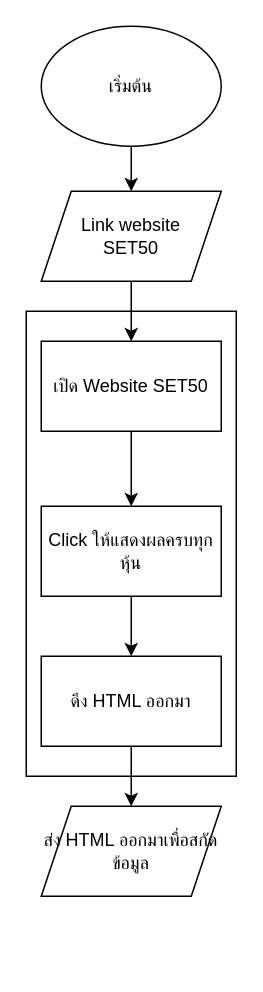
Earlier version of the draw.io diagram ThaiStock01.drawio (PrasertLoprasert/ThaiStock). Source tidied: cells renumbered, new cells numbered last; positions are measured from the earlier drawing's top-left corner, leaving out a move shared by most shapes. Both pictures are drawn from the tidied source at 150%, with x=0, y=0 at pixel (26, 26).
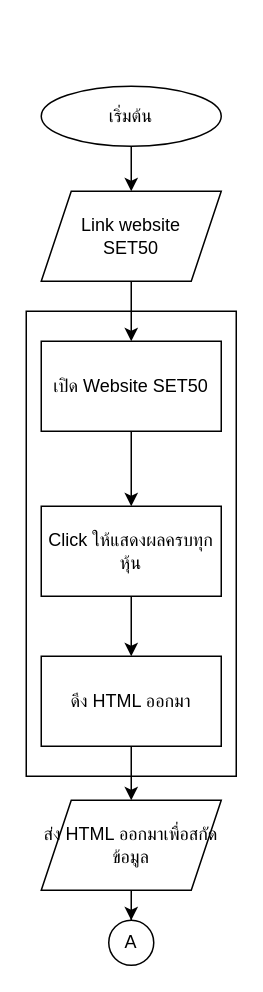
The same diagram, later.

Diff of the diagram source:
```diff
@@
 <mxGraphModel>
   <root>
     <mxCell id="0" />
     <mxCell id="1" parent="0" />
     <mxCell id="2" style="rounded=0;whiteSpace=wrap;html=1;" parent="1" vertex="1">
       <mxGeometry y="190" width="140" height="310" as="geometry" />
     </mxCell>
     <mxCell id="3" style="edgeStyle=orthogonalEdgeStyle;rounded=0;jettySize=auto;html=1;exitX=0.5;exitY=1;exitDx=0;exitDy=0;" parent="1" edge="1" source="4" target="8">
       <mxGeometry relative="1" as="geometry" />
     </mxCell>
     <mxCell id="4" value="เริ่มต้น" style="ellipse;whiteSpace=wrap;html=1;" parent="1" vertex="1">
-      <mxGeometry x="10" width="120" height="80" as="geometry" />
+      <mxGeometry x="10" y="40" width="120" height="40" as="geometry" />
     </mxCell>
     <mxCell id="5" style="edgeStyle=orthogonalEdgeStyle;rounded=0;jettySize=auto;html=1;" parent="1" edge="1" source="6" target="10">
       <mxGeometry relative="1" as="geometry" />
     </mxCell>
     <mxCell id="6" value="เปิด Website SET50" style="rounded=0;whiteSpace=wrap;html=1;" parent="1" vertex="1">
       <mxGeometry x="10" y="210" width="120" height="60" as="geometry" />
     </mxCell>
     <mxCell id="7" style="edgeStyle=orthogonalEdgeStyle;rounded=0;jettySize=auto;html=1;" parent="1" edge="1" source="8" target="6">
       <mxGeometry relative="1" as="geometry" />
     </mxCell>
     <mxCell id="8" value="Link website &lt;br&gt;SET50" style="shape=parallelogram;perimeter=parallelogramPerimeter;whiteSpace=wrap;html=1;fixedSize=1;" parent="1" vertex="1">
       <mxGeometry x="10" y="110" width="120" height="60" as="geometry" />
     </mxCell>
     <mxCell id="9" style="edgeStyle=orthogonalEdgeStyle;rounded=0;jettySize=auto;html=1;" parent="1" edge="1" source="10" target="12">
       <mxGeometry relative="1" as="geometry" />
     </mxCell>
     <mxCell id="10" value="Click ให้แสดงผลครบทุกหุ้น" style="whiteSpace=wrap;html=1;rounded=0;" parent="1" vertex="1">
       <mxGeometry x="10" y="320" width="120" height="60" as="geometry" />
     </mxCell>
-    <mxCell id="11" style="edgeStyle=orthogonalEdgeStyle;rounded=0;jettySize=auto;html=1;" parent="1" edge="1" source="12" target="13">
+    <mxCell id="11" style="edgeStyle=orthogonalEdgeStyle;rounded=0;jettySize=auto;html=1;entryX=0.5;entryY=0;entryDx=0;entryDy=0;" parent="1" edge="1" source="12" target="13">
       <mxGeometry relative="1" as="geometry" />
     </mxCell>
     <mxCell id="12" value="ดึง HTML ออกมา" style="whiteSpace=wrap;html=1;rounded=0;" parent="1" vertex="1">
       <mxGeometry x="10" y="420" width="120" height="60" as="geometry" />
     </mxCell>
+    <mxCell id="14" style="edgeStyle=orthogonalEdgeStyle;rounded=0;jettySize=auto;html=1;" parent="1" edge="1" source="13" target="15">
+      <mxGeometry relative="1" as="geometry" />
+    </mxCell>
     <mxCell id="13" value="ส่ง HTML ออกมาเพื่อสกัดข้อมูล" style="shape=parallelogram;perimeter=parallelogramPerimeter;whiteSpace=wrap;html=1;fixedSize=1;rounded=0;" parent="1" vertex="1">
-      <mxGeometry x="10" y="520" width="120" height="60" as="geometry" />
+      <mxGeometry x="10" y="516" width="120" height="60" as="geometry" />
     </mxCell>
+    <mxCell id="15" value="A" style="ellipse;whiteSpace=wrap;html=1;" parent="1" vertex="1">
+      <mxGeometry x="55" y="596" width="30" height="30" as="geometry" />
+    </mxCell>
   </root>
 </mxGraphModel>
```
